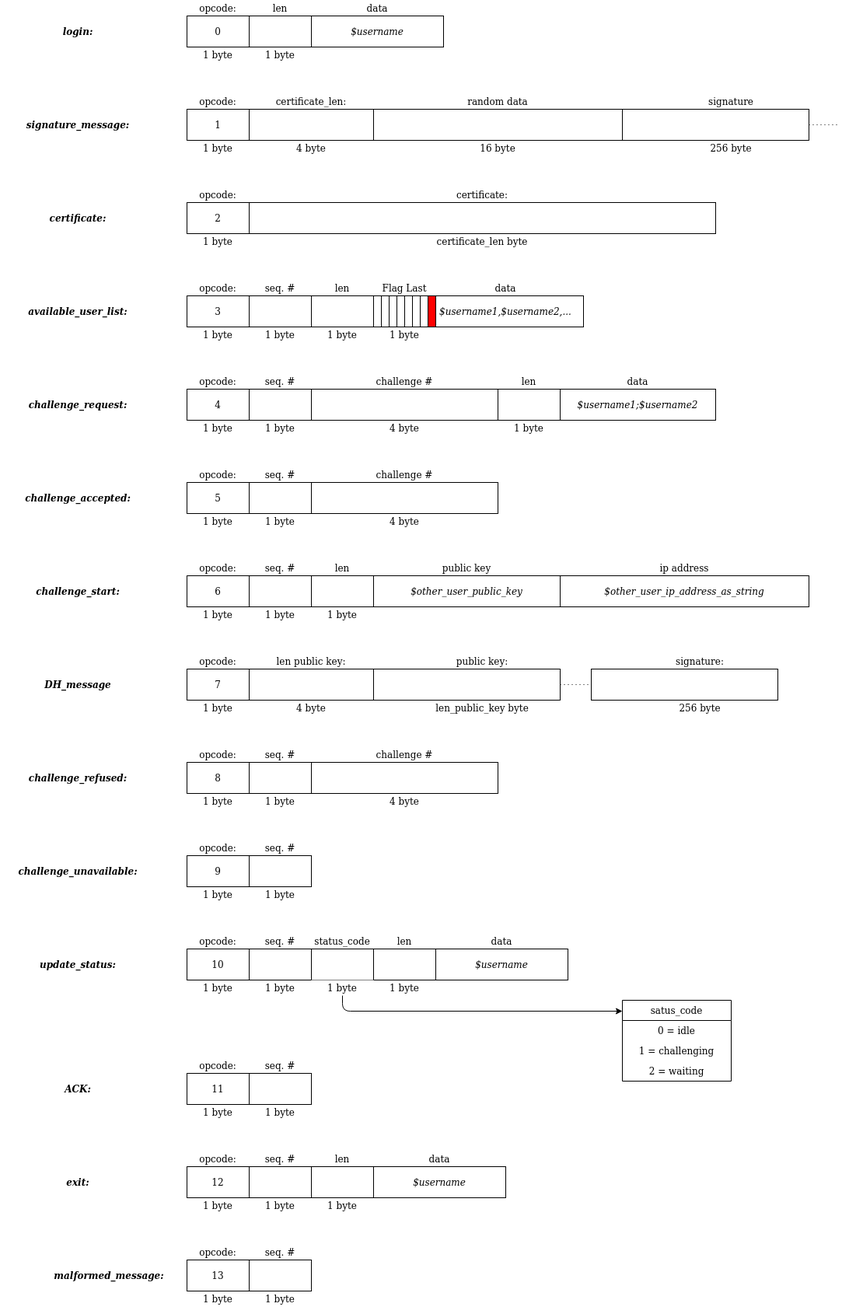
The draw.io diagram docs/client_server_message_format.png in rafnocerino/Secure_4_inArow, before a commit. Source tidied: cells renumbered, new cells last; positions are measured from the earlier drawing's top-left corner, leaving out a move shared by most shapes.
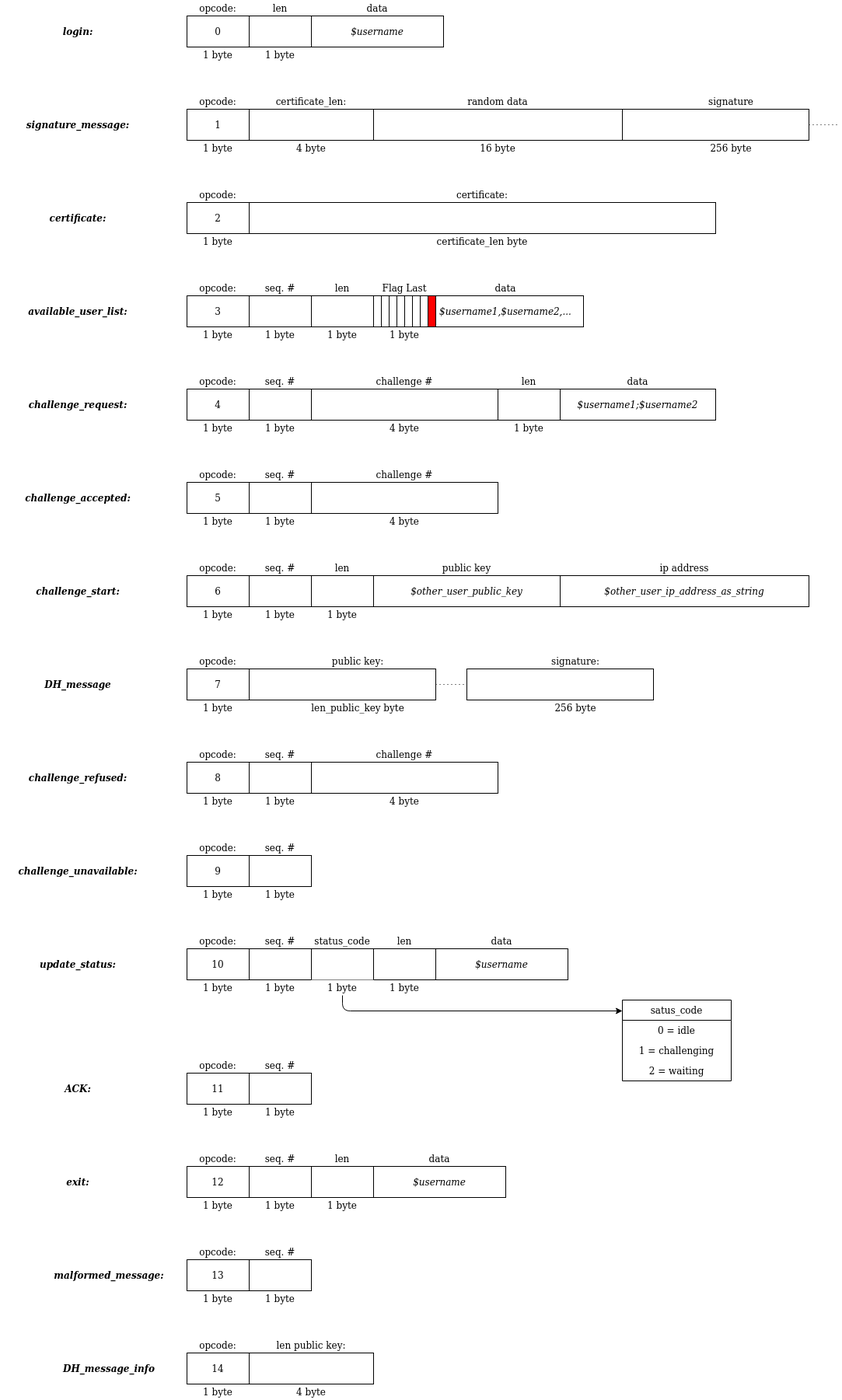
Above is the later version.

What changed in the source:
```diff
@@ -473,10 +473,10 @@
       <mxGeometry relative="1" as="geometry" />
     </mxCell>
     <mxCell id="157" style="rounded=0;whiteSpace=wrap;html=1;" parent="1" vertex="1">
-      <mxGeometry x="480" y="860" width="240" height="40" as="geometry" />
+      <mxGeometry x="320" y="860" width="240" height="40" as="geometry" />
     </mxCell>
     <mxCell id="158" value="public key:" style="text;html=1;strokeColor=none;fillColor=none;align=center;verticalAlign=middle;whiteSpace=wrap;rounded=0;" parent="1" vertex="1">
-      <mxGeometry x="480" y="840" width="280" height="20" as="geometry" />
+      <mxGeometry x="320" y="840" width="280" height="20" as="geometry" />
     </mxCell>
     <mxCell id="159" style="edgeStyle=orthogonalEdgeStyle;rounded=0;jettySize=auto;html=1;exitX=1;exitY=0.5;exitDx=0;exitDy=0;dashed=1;dashPattern=1 4;endArrow=none;endFill=0;" parent="1" edge="1" source="160">
       <mxGeometry relative="1" as="geometry">
@@ -493,25 +493,37 @@
       <mxGeometry x="800" y="180" width="280" height="20" as="geometry" />
     </mxCell>
     <mxCell id="163" value="len_public_key byte" style="text;html=1;strokeColor=none;fillColor=none;align=center;verticalAlign=middle;whiteSpace=wrap;rounded=0;" parent="1" vertex="1">
-      <mxGeometry x="480" y="900" width="280" height="20" as="geometry" />
+      <mxGeometry x="320" y="900" width="280" height="20" as="geometry" />
     </mxCell>
     <mxCell id="164" value="256 byte" style="text;html=1;strokeColor=none;fillColor=none;align=center;verticalAlign=middle;whiteSpace=wrap;rounded=0;" parent="1" vertex="1">
-      <mxGeometry x="760" y="900" width="280" height="20" as="geometry" />
+      <mxGeometry x="600" y="900" width="280" height="20" as="geometry" />
     </mxCell>
     <mxCell id="165" style="rounded=0;whiteSpace=wrap;html=1;" parent="1" vertex="1">
-      <mxGeometry x="760" y="860" width="240" height="40" as="geometry" />
+      <mxGeometry x="600" y="860" width="240" height="40" as="geometry" />
     </mxCell>
     <mxCell id="166" value="signature:" style="text;html=1;strokeColor=none;fillColor=none;align=center;verticalAlign=middle;whiteSpace=wrap;rounded=0;" parent="1" vertex="1">
-      <mxGeometry x="760" y="840" width="280" height="20" as="geometry" />
+      <mxGeometry x="600" y="840" width="280" height="20" as="geometry" />
     </mxCell>
-    <mxCell id="167" style="rounded=0;whiteSpace=wrap;html=1;" parent="1" vertex="1">
-      <mxGeometry x="320" y="860" width="160" height="40" as="geometry" />
-    </mxCell>
+    <mxCell id="170" value="&lt;b&gt;&lt;i&gt;DH_message_info&lt;/i&gt;&lt;/b&gt;" style="text;html=1;strokeColor=none;fillColor=none;align=center;verticalAlign=middle;whiteSpace=wrap;rounded=0;" parent="1" vertex="1">
+      <mxGeometry x="120" y="1750" width="40" height="20" as="geometry" />
+    </mxCell>
+    <mxCell id="171" value="14" style="rounded=0;whiteSpace=wrap;html=1;" parent="1" vertex="1">
+      <mxGeometry x="240" y="1740" width="80" height="40" as="geometry" />
+    </mxCell>
+    <mxCell id="172" value="opcode:" style="text;html=1;strokeColor=none;fillColor=none;align=center;verticalAlign=middle;whiteSpace=wrap;rounded=0;" parent="1" vertex="1">
+      <mxGeometry x="240" y="1720" width="80" height="20" as="geometry" />
+    </mxCell>
+    <mxCell id="173" value="1 byte" style="text;html=1;strokeColor=none;fillColor=none;align=center;verticalAlign=middle;whiteSpace=wrap;rounded=0;" parent="1" vertex="1">
+      <mxGeometry x="240" y="1780" width="80" height="20" as="geometry" />
+    </mxCell>
     <mxCell id="168" value="len public key:" style="text;html=1;strokeColor=none;fillColor=none;align=center;verticalAlign=middle;whiteSpace=wrap;rounded=0;" parent="1" vertex="1">
-      <mxGeometry x="320" y="840" width="160" height="20" as="geometry" />
+      <mxGeometry x="320" y="1720" width="160" height="20" as="geometry" />
     </mxCell>
+    <mxCell id="174" style="rounded=0;whiteSpace=wrap;html=1;" parent="1" vertex="1">
+      <mxGeometry x="320" y="1740" width="160" height="40" as="geometry" />
+    </mxCell>
     <mxCell id="169" value="4 byte" style="text;html=1;strokeColor=none;fillColor=none;align=center;verticalAlign=middle;whiteSpace=wrap;rounded=0;" parent="1" vertex="1">
-      <mxGeometry x="320" y="900" width="160" height="20" as="geometry" />
+      <mxGeometry x="320" y="1780" width="160" height="20" as="geometry" />
     </mxCell>
   </root>
 </mxGraphModel>
```
